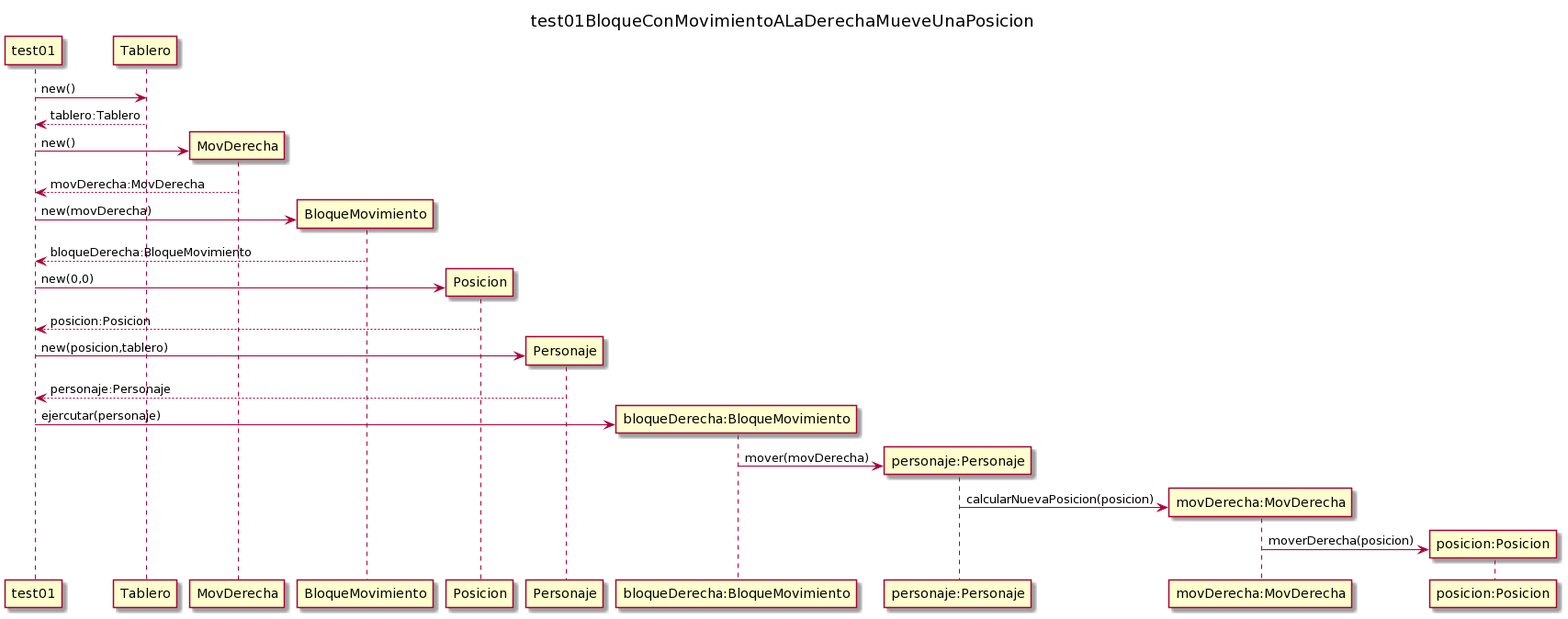
Earlier version of the PlantUML export src/main/diagramas/ds test01BloqueMovimiento.png (esmiroco/TP2-Algoritmos3). Source of this version:
```plantuml
@startuml
title test01BloqueConMovimientoALaDerechaMueveUnaPosicion
test01 -> Tablero :new()
return tablero:Tablero
test01 -> MovDerecha **:new()
return movDerecha:MovDerecha
test01 -> BloqueMovimiento **:new(movDerecha)
return bloqueDerecha:BloqueMovimiento
test01 -> Posicion **:new(0,0)
return posicion:Posicion
test01 -> Personaje **:new(posicion,tablero)
return personaje:Personaje

test01 -> "bloqueDerecha:BloqueMovimiento" **:ejercutar(personaje)
"bloqueDerecha:BloqueMovimiento" -> "personaje:Personaje" **:mover(movDerecha)
"personaje:Personaje" -> "movDerecha:MovDerecha" **:calcularNuevaPosicion(posicion)
"movDerecha:MovDerecha" -> "posicion:Posicion" **:moverDerecha(posicion)
@enduml
```
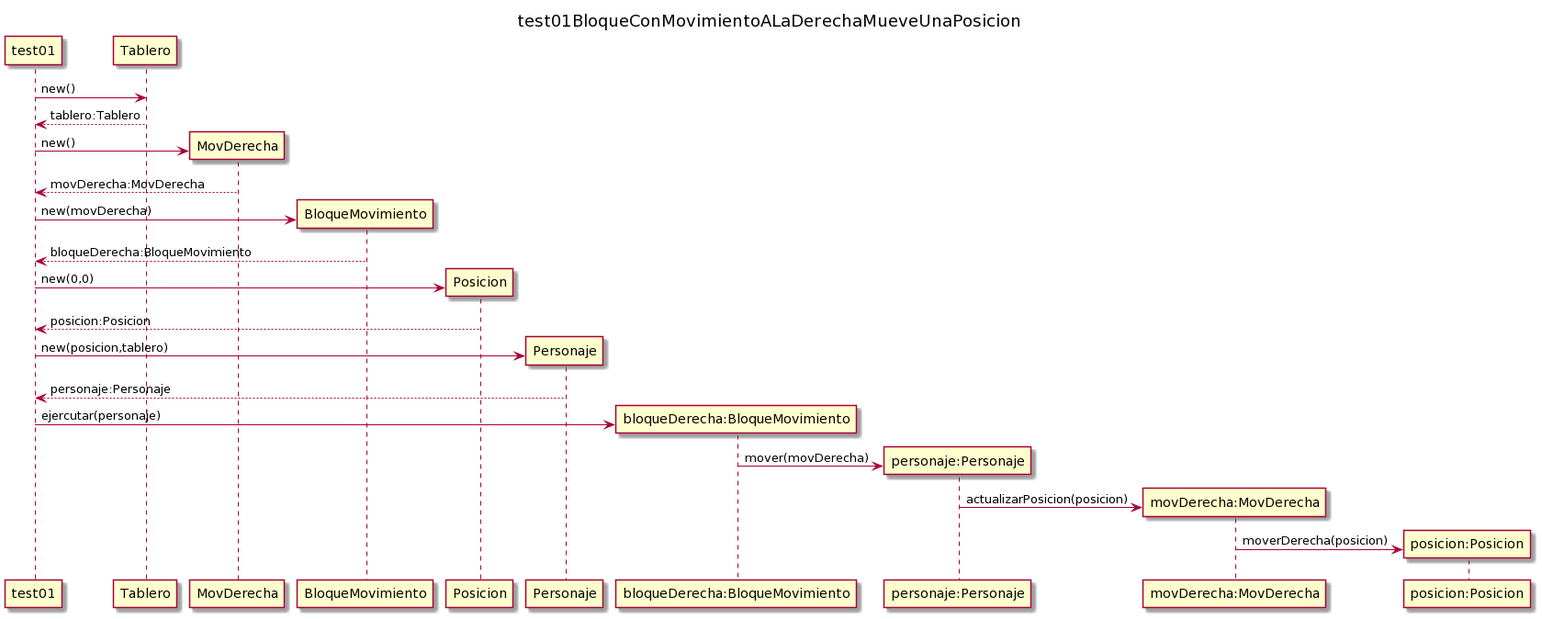
After the commit.

Commit message:
nombre metodo "actualizarPosicion"

en diagramas y codigo de diagramas

Diff of the diagram source:
```diff
@@ -13,6 +13,6 @@
 
 test01 -> "bloqueDerecha:BloqueMovimiento" **:ejercutar(personaje)
 "bloqueDerecha:BloqueMovimiento" -> "personaje:Personaje" **:mover(movDerecha)
-"personaje:Personaje" -> "movDerecha:MovDerecha" **:calcularNuevaPosicion(posicion)
+"personaje:Personaje" -> "movDerecha:MovDerecha" **:actualizarPosicion(posicion)
 "movDerecha:MovDerecha" -> "posicion:Posicion" **:moverDerecha(posicion)
 @enduml
```
